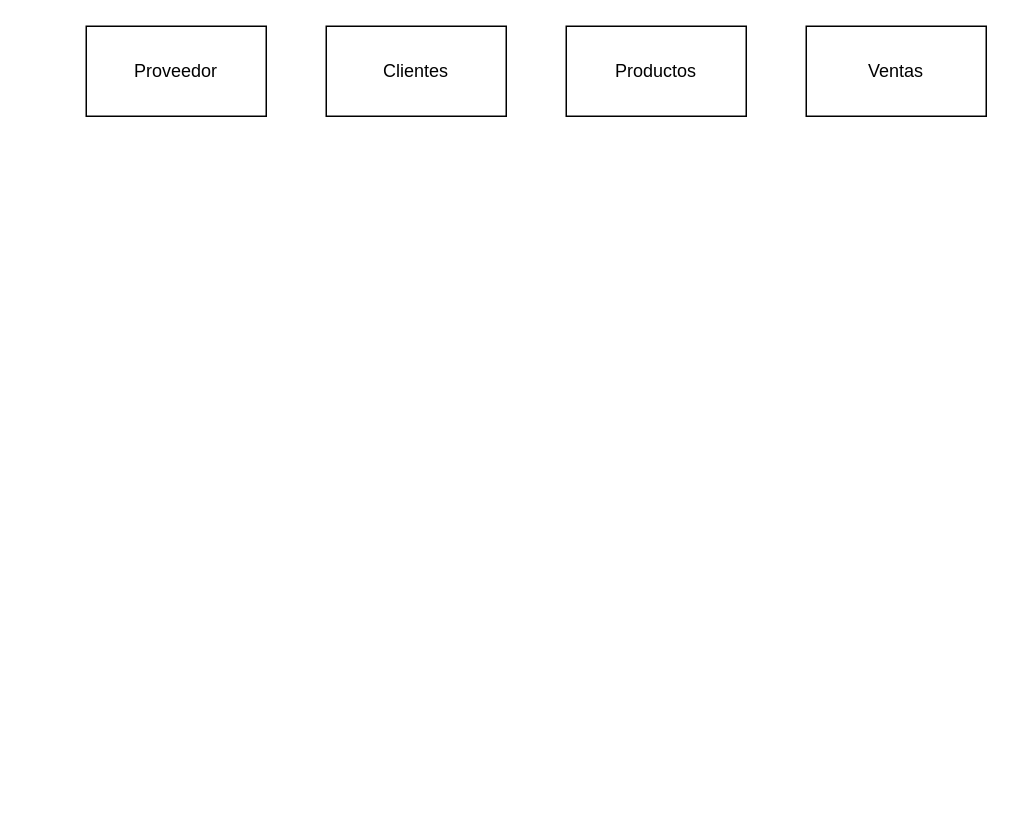
This is Tareas/Tarea3.drawio from JuanManuelMM/Base-Datos, a draw.io file, before an edit. Source tidied: cells renumbered, new cells numbered last; positions are measured from the earlier drawing's top-left corner, leaving out a move shared by most shapes. Both pictures are drawn from the tidied source at 150%, with x=0, y=0 at pixel (86, 26).
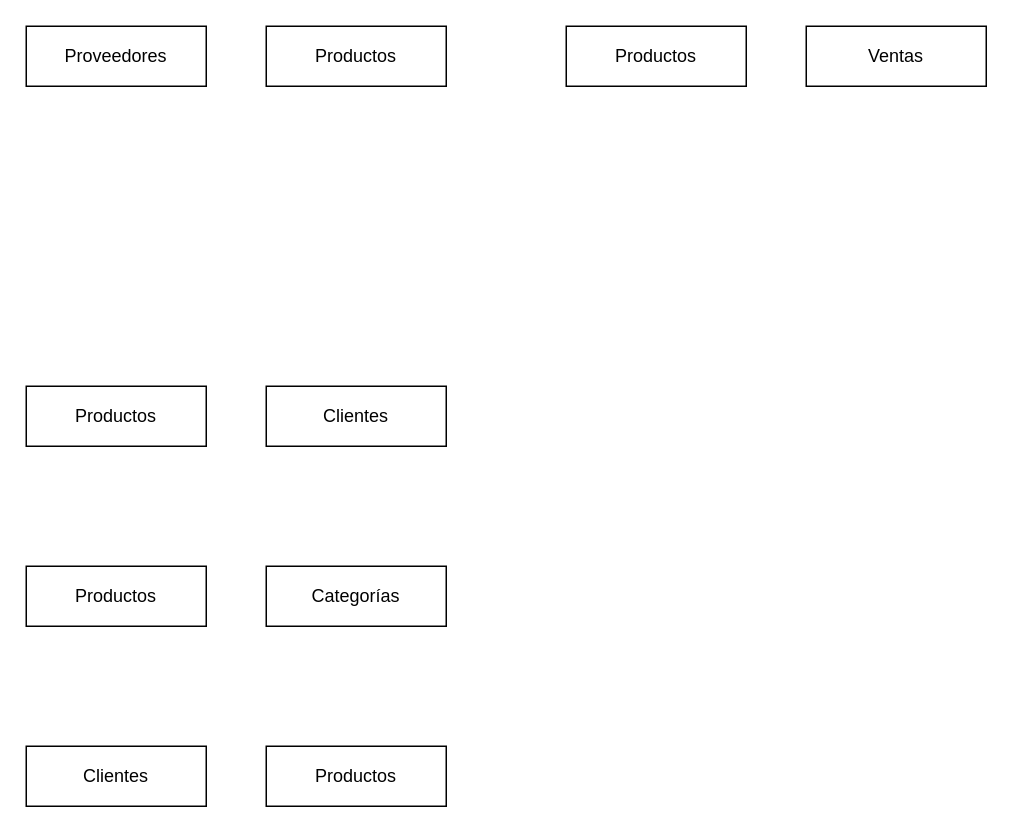
Above is the later version.

Change to the diagram source:
```diff
@@
 <mxGraphModel>
   <root>
     <mxCell id="0" />
     <mxCell id="1" parent="0" />
-    <mxCell id="2" value="Proveedor" style="rounded=0;whiteSpace=wrap;html=1;" parent="1" vertex="1">
-      <mxGeometry width="120" height="60" as="geometry" />
-    </mxCell>
-    <mxCell id="3" value="Clientes" style="rounded=0;whiteSpace=wrap;html=1;" parent="1" vertex="1">
-      <mxGeometry x="160" width="120" height="60" as="geometry" />
-    </mxCell>
-    <mxCell id="4" value="&lt;div&gt;Productos&lt;/div&gt;" style="rounded=0;whiteSpace=wrap;html=1;" parent="1" vertex="1">
-      <mxGeometry x="320" width="120" height="60" as="geometry" />
-    </mxCell>
+    <mxCell id="6" value="Clientes" style="whiteSpace=wrap;html=1;align=center;" parent="1" vertex="1">
+      <mxGeometry x="120" y="240" width="120" height="40" as="geometry" />
+    </mxCell>
+    <mxCell id="7" value="Productos" style="whiteSpace=wrap;html=1;align=center;" parent="1" vertex="1">
+      <mxGeometry x="320" width="120" height="40" as="geometry" />
+    </mxCell>
-    <mxCell id="5" value="Ventas" style="rounded=0;whiteSpace=wrap;html=1;" parent="1" vertex="1">
-      <mxGeometry x="480" width="120" height="60" as="geometry" />
+    <mxCell id="5" value="Ventas" style="whiteSpace=wrap;html=1;align=center;" parent="1" vertex="1">
+      <mxGeometry x="480" width="120" height="40" as="geometry" />
     </mxCell>
+    <mxCell id="8" value="Proveedores" style="whiteSpace=wrap;html=1;align=center;" parent="1" vertex="1">
+      <mxGeometry x="-40" width="120" height="40" as="geometry" />
+    </mxCell>
+    <mxCell id="9" value="Productos" style="whiteSpace=wrap;html=1;align=center;" parent="1" vertex="1">
+      <mxGeometry x="120" width="120" height="40" as="geometry" />
+    </mxCell>
+    <mxCell id="10" value="Productos" style="whiteSpace=wrap;html=1;align=center;" parent="1" vertex="1">
+      <mxGeometry x="120" y="480" width="120" height="40" as="geometry" />
+    </mxCell>
+    <mxCell id="11" value="Clientes" style="whiteSpace=wrap;html=1;align=center;" parent="1" vertex="1">
+      <mxGeometry x="-40" y="480" width="120" height="40" as="geometry" />
+    </mxCell>
+    <mxCell id="12" value="Productos" style="whiteSpace=wrap;html=1;align=center;" parent="1" vertex="1">
+      <mxGeometry x="-40" y="240" width="120" height="40" as="geometry" />
+    </mxCell>
+    <mxCell id="13" value="Categorías" style="whiteSpace=wrap;html=1;align=center;" parent="1" vertex="1">
+      <mxGeometry x="120" y="360" width="120" height="40" as="geometry" />
+    </mxCell>
+    <mxCell id="14" value="Productos" style="whiteSpace=wrap;html=1;align=center;" parent="1" vertex="1">
+      <mxGeometry x="-40" y="360" width="120" height="40" as="geometry" />
+    </mxCell>
   </root>
 </mxGraphModel>
```
